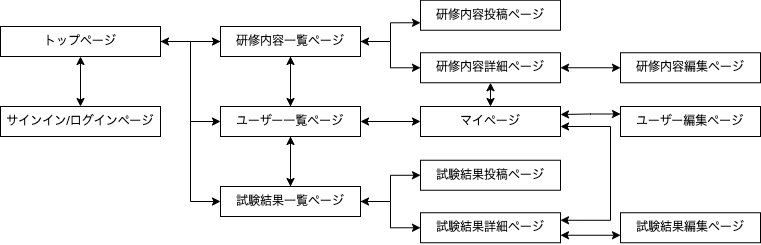
Before: trainingAppState.drawio.png, a diagram exported from draw.io (matsuikohei/trainingApp). Source tidied: cells renumbered, new cells last; positions are measured from the earlier drawing's top-left corner, leaving out a move shared by most shapes.
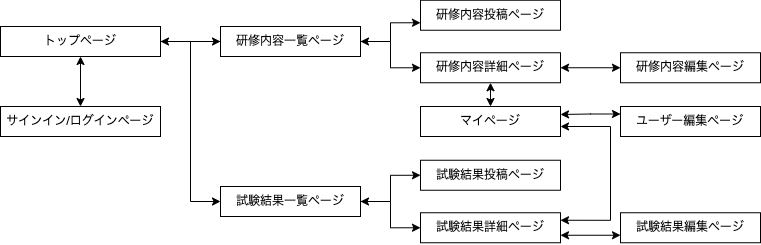
The same diagram one commit later.

Commit message:
状態遷移図、ER図の修正

What changed in the source:
```diff
@@ -5,9 +5,6 @@
     <mxCell id="2" style="edgeStyle=none;html=1;" parent="1" edge="1" source="5" target="10">
       <mxGeometry relative="1" as="geometry" />
     </mxCell>
-    <mxCell id="3" style="edgeStyle=orthogonalEdgeStyle;html=1;entryX=0;entryY=0.5;entryDx=0;entryDy=0;strokeWidth=1;rounded=0;" parent="1" edge="1" source="5" target="14">
-      <mxGeometry relative="1" as="geometry" />
-    </mxCell>
     <mxCell id="4" style="edgeStyle=orthogonalEdgeStyle;rounded=0;html=1;entryX=0;entryY=0.5;entryDx=0;entryDy=0;strokeWidth=1;" parent="1" edge="1" source="5" target="18">
       <mxGeometry relative="1" as="geometry" />
     </mxCell>
@@ -17,9 +14,6 @@
     <mxCell id="6" style="edgeStyle=orthogonalEdgeStyle;html=1;entryX=1;entryY=0.5;entryDx=0;entryDy=0;" parent="1" edge="1" source="10" target="5">
       <mxGeometry relative="1" as="geometry" />
     </mxCell>
-    <mxCell id="7" style="edgeStyle=none;html=1;entryX=0.5;entryY=0;entryDx=0;entryDy=0;" parent="1" edge="1" source="10" target="14">
-      <mxGeometry relative="1" as="geometry" />
-    </mxCell>
     <mxCell id="8" style="edgeStyle=orthogonalEdgeStyle;rounded=0;html=1;entryX=0;entryY=0.5;entryDx=0;entryDy=0;strokeWidth=1;" parent="1" edge="1" source="10" target="21">
       <mxGeometry relative="1" as="geometry" />
     </mxCell>
@@ -29,23 +23,6 @@
     <mxCell id="10" value="研修内容一覧ページ" style="rounded=0;whiteSpace=wrap;html=1;" parent="1" vertex="1">
       <mxGeometry x="220" y="26" width="140" height="30" as="geometry" />
     </mxCell>
-    <mxCell id="11" style="edgeStyle=none;html=1;entryX=0.5;entryY=0;entryDx=0;entryDy=0;" parent="1" edge="1" source="14" target="18">
-      <mxGeometry relative="1" as="geometry" />
-    </mxCell>
-    <mxCell id="12" style="edgeStyle=none;html=1;entryX=0.5;entryY=1;entryDx=0;entryDy=0;" parent="1" edge="1" source="14" target="10">
-      <mxGeometry relative="1" as="geometry" />
-    </mxCell>
-    <mxCell id="13" style="edgeStyle=orthogonalEdgeStyle;rounded=0;html=1;entryX=0;entryY=0.5;entryDx=0;entryDy=0;strokeWidth=1;startArrow=classic;startFill=1;" parent="1" edge="1" source="14" target="27">
-      <mxGeometry relative="1" as="geometry" />
-    </mxCell>
-    <mxCell id="14" value="ユーザー一覧ページ" style="rounded=0;whiteSpace=wrap;html=1;" parent="1" vertex="1">
-      <mxGeometry x="220" y="106" width="140" height="30" as="geometry" />
-    </mxCell>
-    <mxCell id="15" style="edgeStyle=none;html=1;" parent="1" edge="1" source="18">
-      <mxGeometry relative="1" as="geometry">
-        <mxPoint x="290" y="136" as="targetPoint" />
-      </mxGeometry>
-    </mxCell>
     <mxCell id="16" style="edgeStyle=orthogonalEdgeStyle;rounded=0;html=1;entryX=0;entryY=0.5;entryDx=0;entryDy=0;strokeWidth=1;" parent="1" edge="1" source="18" target="28">
       <mxGeometry relative="1" as="geometry" />
     </mxCell>
```
